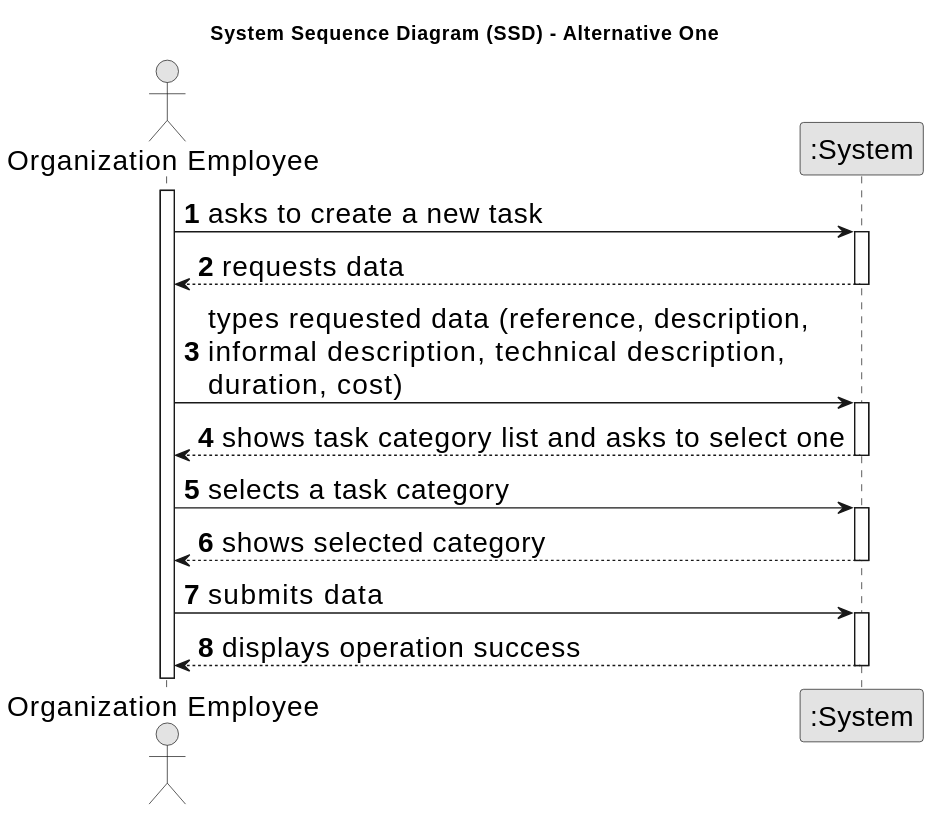
Earlier version of the PlantUML export docs/sprintD/us018/01.requirements-engineering/svg/us018-system-sequence-diagram.svg (rita-barbosa/LAPR2-2223).
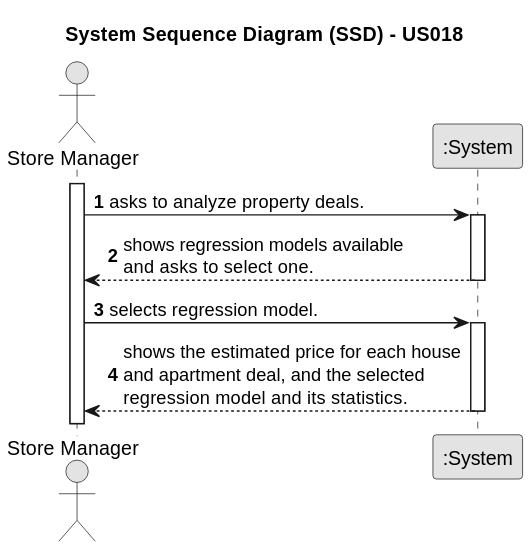
After the change.

Commit message:
Add system sequence diagram: two versions [US018][Requirements Engineering]

Change to the diagram source:
```diff
@@ -1,39 +1,28 @@
 @startuml
-skinparamlocked defaultFontSize 20
 skinparam monochrome true
 skinparam packageStyle rectangle
 skinparam shadowing false
 
-title System Sequence Diagram (SSD) - Alternative One
+title System Sequence Diagram (SSD) - US018
 
 autonumber
 
-actor "Organization Employee" as Employee
+actor "Store Manager" as Employee
 participant ":System" as System
 
 activate Employee
 
-    Employee -> System : asks to create a new task
+    Employee -> System : asks to analyze property deals.
     activate System
 
-        System --> Employee : requests data
+
+    System --> Employee : shows regression models available \nand asks to select one.
     deactivate System
 
-    Employee -> System : types requested data (reference, description, \ninformal description, technical description,\nduration, cost)
+    Employee -> System : selects regression model.
     activate System
 
-        System --> Employee : shows task category list and asks to select one
-    deactivate System
 
-    Employee -> System : selects a task category
-    activate System
-
-        System --> Employee : shows selected category
-    deactivate System
-
-    Employee -> System : submits data
-    activate System
-
-        System --> Employee : displays operation success
+    System --> Employee : shows the estimated price for each house\nand apartment deal, and the selected \nregression model and its statistics.
     deactivate System
 @enduml
```
